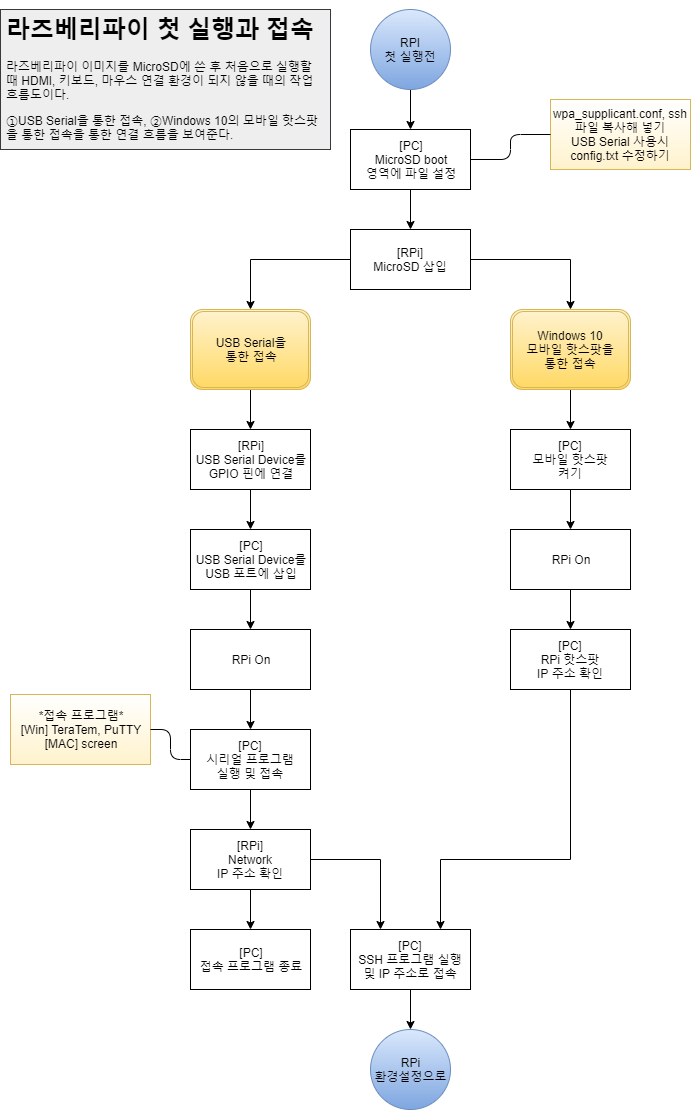
Blueumi/LabRpiLed keeps this draw.io diagram as images/(flow)rpi1stconn.png. Above is the earlier version. Source tidied: cells renumbered, new cells last; positions are measured from the earlier drawing's top-left corner, leaving out a move shared by most shapes. Source of this version:
```xml
<mxGraphModel>
  <root>
    <mxCell id="0" />
    <mxCell id="1" parent="0" />
    <mxCell id="2" style="edgeStyle=orthogonalEdgeStyle;rounded=0;jettySize=auto;html=1;endArrow=classic;endFill=1;" parent="1" edge="1" source="3" target="12">
      <mxGeometry relative="1" as="geometry" />
    </mxCell>
    <mxCell id="3" value="RPI&lt;br&gt;첫 실행전" style="ellipse;whiteSpace=wrap;html=1;gradientColor=#7ea6e0;fillColor=#dae8fc;strokeColor=#6c8ebf;" parent="1" vertex="1">
      <mxGeometry x="370" width="80" height="80" as="geometry" />
    </mxCell>
    <mxCell id="4" value="&lt;h1&gt;라즈베리파이 첫 실행과 접속&lt;/h1&gt;&lt;p&gt;라즈베리파이 이미지를 MicroSD에 쓴 후 처음으로 실행할 때 HDMI, 키보드, 마우스 연결 환경이 되지 않을 때의 작업 흐름도이다.&lt;/p&gt;&lt;p&gt;&lt;span&gt;①USB Serial을 통한 접속, ②Windows 10의 모바일 핫스팟을 통한 접속을 통한 연결 흐름을 보여준다.&lt;/span&gt;&lt;/p&gt;" style="text;html=1;strokeColor=#36393d;fillColor=#eeeeee;spacing=5;spacingTop=-20;whiteSpace=wrap;overflow=hidden;rounded=0;fontStyle=0;" parent="1" vertex="1">
      <mxGeometry width="330" height="140" as="geometry" />
    </mxCell>
    <mxCell id="5" value="wpa_supplicant.conf, ssh 파일 복사해 넣기&lt;br&gt;USB Serial 사용시 config.txt 수정하기" style="text;html=1;strokeColor=#d6b656;fillColor=#fff2cc;align=center;verticalAlign=middle;whiteSpace=wrap;rounded=0;gradientColor=#ffffff;gradientDirection=north;" parent="1" vertex="1">
      <mxGeometry x="550" y="90" width="140" height="70" as="geometry" />
    </mxCell>
    <mxCell id="6" style="edgeStyle=elbowEdgeStyle;elbow=horizontal;endArrow=none;html=1;exitX=1;exitY=0.5;exitDx=0;exitDy=0;entryX=0;entryY=0.5;entryDx=0;entryDy=0;endFill=0;" parent="1" edge="1" source="12" target="5">
      <mxGeometry relative="1" as="geometry" />
    </mxCell>
    <mxCell id="7" style="edgeStyle=orthogonalEdgeStyle;rounded=0;jettySize=auto;html=1;endArrow=classic;endFill=1;" parent="1" edge="1" source="8" target="17">
      <mxGeometry relative="1" as="geometry" />
    </mxCell>
    <mxCell id="8" value="USB Serial을&lt;br&gt;통한 접속" style="shape=ext;double=1;rounded=1;whiteSpace=wrap;html=1;gradientColor=#ffd966;fillColor=#fff2cc;strokeColor=#d6b656;" parent="1" vertex="1">
      <mxGeometry x="190" y="300" width="120" height="80" as="geometry" />
    </mxCell>
    <mxCell id="9" style="edgeStyle=orthogonalEdgeStyle;rounded=0;jettySize=auto;html=1;endArrow=classic;endFill=1;" parent="1" edge="1" source="10" target="29">
      <mxGeometry relative="1" as="geometry" />
    </mxCell>
    <mxCell id="10" value="Windows 10&lt;br&gt;모바일 핫스팟을&lt;br&gt;통한 접속" style="shape=ext;double=1;rounded=1;whiteSpace=wrap;html=1;gradientColor=#ffd966;fillColor=#fff2cc;strokeColor=#d6b656;" parent="1" vertex="1">
      <mxGeometry x="510" y="300" width="120" height="80" as="geometry" />
    </mxCell>
    <mxCell id="11" style="edgeStyle=orthogonalEdgeStyle;rounded=0;jettySize=auto;html=1;endArrow=classic;endFill=1;" parent="1" edge="1" source="12" target="15">
      <mxGeometry relative="1" as="geometry" />
    </mxCell>
    <mxCell id="12" value="&lt;span style=&quot;white-space: normal&quot;&gt;[PC]&lt;/span&gt;&lt;br style=&quot;white-space: normal&quot;&gt;&lt;span style=&quot;white-space: normal&quot;&gt;MicroSD boot&lt;/span&gt;&lt;br style=&quot;white-space: normal&quot;&gt;&lt;span style=&quot;white-space: normal&quot;&gt;영역에 파일&amp;nbsp;&lt;/span&gt;&lt;span style=&quot;white-space: normal&quot;&gt;설정&lt;/span&gt;" style="rounded=0;whiteSpace=wrap;html=1;gradientColor=#ffffff;" parent="1" vertex="1">
      <mxGeometry x="350" y="120" width="120" height="60" as="geometry" />
    </mxCell>
    <mxCell id="13" style="edgeStyle=orthogonalEdgeStyle;rounded=0;jettySize=auto;html=1;endArrow=classic;endFill=1;entryX=0.5;entryY=0;entryDx=0;entryDy=0;" parent="1" edge="1" source="15" target="8">
      <mxGeometry relative="1" as="geometry" />
    </mxCell>
    <mxCell id="14" style="edgeStyle=orthogonalEdgeStyle;rounded=0;jettySize=auto;html=1;endArrow=classic;endFill=1;entryX=0.5;entryY=0;entryDx=0;entryDy=0;" parent="1" edge="1" source="15" target="10">
      <mxGeometry relative="1" as="geometry" />
    </mxCell>
    <mxCell id="15" value="&lt;span style=&quot;white-space: normal&quot;&gt;[RPi]&lt;/span&gt;&lt;br style=&quot;white-space: normal&quot;&gt;&lt;span style=&quot;white-space: normal&quot;&gt;MicroSD&amp;nbsp;&lt;/span&gt;&lt;span style=&quot;white-space: normal&quot;&gt;삽입&lt;/span&gt;" style="rounded=0;whiteSpace=wrap;html=1;gradientColor=#ffffff;" parent="1" vertex="1">
      <mxGeometry x="350" y="220" width="120" height="60" as="geometry" />
    </mxCell>
    <mxCell id="16" style="edgeStyle=orthogonalEdgeStyle;rounded=0;jettySize=auto;html=1;endArrow=classic;endFill=1;" parent="1" edge="1" source="17" target="19">
      <mxGeometry relative="1" as="geometry" />
    </mxCell>
    <mxCell id="17" value="[RPi]&lt;br&gt;USB Serial Device를&lt;br&gt;GPIO 핀에 연결" style="rounded=0;whiteSpace=wrap;html=1;gradientColor=#ffffff;" parent="1" vertex="1">
      <mxGeometry x="190" y="420" width="120" height="60" as="geometry" />
    </mxCell>
    <mxCell id="18" style="edgeStyle=orthogonalEdgeStyle;rounded=0;jettySize=auto;html=1;endArrow=classic;endFill=1;" parent="1" edge="1" source="19" target="21">
      <mxGeometry relative="1" as="geometry" />
    </mxCell>
    <mxCell id="19" value="[PC]&lt;br&gt;USB Serial Device를&lt;br&gt;USB 포트에 삽입" style="rounded=0;whiteSpace=wrap;html=1;gradientColor=#ffffff;" parent="1" vertex="1">
      <mxGeometry x="190" y="520" width="120" height="60" as="geometry" />
    </mxCell>
    <mxCell id="20" style="edgeStyle=orthogonalEdgeStyle;rounded=0;jettySize=auto;html=1;endArrow=classic;endFill=1;" parent="1" edge="1" source="21" target="23">
      <mxGeometry relative="1" as="geometry" />
    </mxCell>
    <mxCell id="21" value="RPi On" style="rounded=0;whiteSpace=wrap;html=1;gradientColor=#ffffff;" parent="1" vertex="1">
      <mxGeometry x="190" y="620" width="120" height="60" as="geometry" />
    </mxCell>
    <mxCell id="22" style="edgeStyle=orthogonalEdgeStyle;rounded=0;jettySize=auto;html=1;endArrow=classic;endFill=1;" parent="1" edge="1" source="23" target="26">
      <mxGeometry relative="1" as="geometry" />
    </mxCell>
    <mxCell id="23" value="[PC]&lt;br&gt;시리얼 프로그램&lt;br&gt;실행 및 접속" style="rounded=0;whiteSpace=wrap;html=1;gradientColor=#ffffff;" parent="1" vertex="1">
      <mxGeometry x="190" y="720" width="120" height="60" as="geometry" />
    </mxCell>
    <mxCell id="24" style="edgeStyle=orthogonalEdgeStyle;rounded=0;jettySize=auto;html=1;endArrow=classic;endFill=1;entryX=0.25;entryY=0;entryDx=0;entryDy=0;" parent="1" edge="1" source="26" target="32">
      <mxGeometry relative="1" as="geometry" />
    </mxCell>
    <mxCell id="25" style="edgeStyle=orthogonalEdgeStyle;rounded=0;jettySize=auto;html=1;endArrow=classic;endFill=1;" parent="1" edge="1" source="26" target="27">
      <mxGeometry relative="1" as="geometry" />
    </mxCell>
    <mxCell id="26" value="[RPi]&lt;br&gt;Network&lt;br&gt;IP 주소 확인" style="rounded=0;whiteSpace=wrap;html=1;gradientColor=#ffffff;" parent="1" vertex="1">
      <mxGeometry x="190" y="820" width="120" height="60" as="geometry" />
    </mxCell>
    <mxCell id="27" value="[PC]&lt;br&gt;접속 프로그램 종료" style="rounded=0;whiteSpace=wrap;html=1;gradientColor=#ffffff;" parent="1" vertex="1">
      <mxGeometry x="190" y="920" width="120" height="60" as="geometry" />
    </mxCell>
    <mxCell id="28" style="edgeStyle=orthogonalEdgeStyle;rounded=0;jettySize=auto;html=1;endArrow=classic;endFill=1;" parent="1" edge="1" source="29" target="35">
      <mxGeometry relative="1" as="geometry" />
    </mxCell>
    <mxCell id="29" value="[PC]&lt;br&gt;모바일 핫스팟&lt;br&gt;켜기" style="rounded=0;whiteSpace=wrap;html=1;gradientColor=#ffffff;" parent="1" vertex="1">
      <mxGeometry x="510" y="420" width="120" height="60" as="geometry" />
    </mxCell>
    <mxCell id="30" value="*접속 프로그램*&lt;br&gt;[Win] TeraTem, PuTTY&lt;br&gt;[MAC] screen" style="text;html=1;strokeColor=#d6b656;fillColor=#fff2cc;align=center;verticalAlign=middle;whiteSpace=wrap;rounded=0;gradientColor=#ffffff;gradientDirection=north;" parent="1" vertex="1">
      <mxGeometry x="10" y="685" width="140" height="70" as="geometry" />
    </mxCell>
    <mxCell id="31" style="edgeStyle=orthogonalEdgeStyle;rounded=0;jettySize=auto;html=1;endArrow=classic;endFill=1;" parent="1" edge="1" source="32" target="33">
      <mxGeometry relative="1" as="geometry" />
    </mxCell>
    <mxCell id="32" value="[PC]&lt;br&gt;SSH 프로그램&amp;nbsp;실행 및 IP 주소로&amp;nbsp;접속" style="rounded=0;whiteSpace=wrap;html=1;gradientColor=#ffffff;" parent="1" vertex="1">
      <mxGeometry x="350" y="920" width="120" height="60" as="geometry" />
    </mxCell>
    <mxCell id="33" value="RPi&lt;br&gt;환경설정으로" style="ellipse;whiteSpace=wrap;html=1;gradientColor=#7ea6e0;fillColor=#dae8fc;strokeColor=#6c8ebf;" parent="1" vertex="1">
      <mxGeometry x="370" y="1020" width="80" height="80" as="geometry" />
    </mxCell>
    <mxCell id="34" style="edgeStyle=orthogonalEdgeStyle;rounded=0;jettySize=auto;html=1;endArrow=classic;endFill=1;" parent="1" edge="1" source="35" target="37">
      <mxGeometry relative="1" as="geometry" />
    </mxCell>
    <mxCell id="35" value="RPi On" style="rounded=0;whiteSpace=wrap;html=1;gradientColor=#ffffff;" parent="1" vertex="1">
      <mxGeometry x="510" y="520" width="120" height="60" as="geometry" />
    </mxCell>
    <mxCell id="36" style="edgeStyle=orthogonalEdgeStyle;rounded=0;jettySize=auto;html=1;endArrow=classic;endFill=1;exitX=0.5;exitY=1;exitDx=0;exitDy=0;" parent="1" edge="1" source="37">
      <mxGeometry relative="1" as="geometry">
        <mxPoint x="440" y="920" as="targetPoint" />
        <Array as="points">
          <mxPoint x="570" y="850" />
          <mxPoint x="440" y="850" />
        </Array>
      </mxGeometry>
    </mxCell>
    <mxCell id="37" value="[PC]&lt;br&gt;RPi 핫스팟&lt;br&gt;IP 주소 확인" style="rounded=0;whiteSpace=wrap;html=1;gradientColor=#ffffff;" parent="1" vertex="1">
      <mxGeometry x="510" y="620" width="120" height="60" as="geometry" />
    </mxCell>
    <mxCell id="38" style="edgeStyle=elbowEdgeStyle;elbow=horizontal;endArrow=none;html=1;exitX=1;exitY=0.5;exitDx=0;exitDy=0;entryX=0;entryY=0.5;entryDx=0;entryDy=0;endFill=0;" parent="1" edge="1" source="30" target="23">
      <mxGeometry relative="1" as="geometry" />
    </mxCell>
  </root>
</mxGraphModel>
```
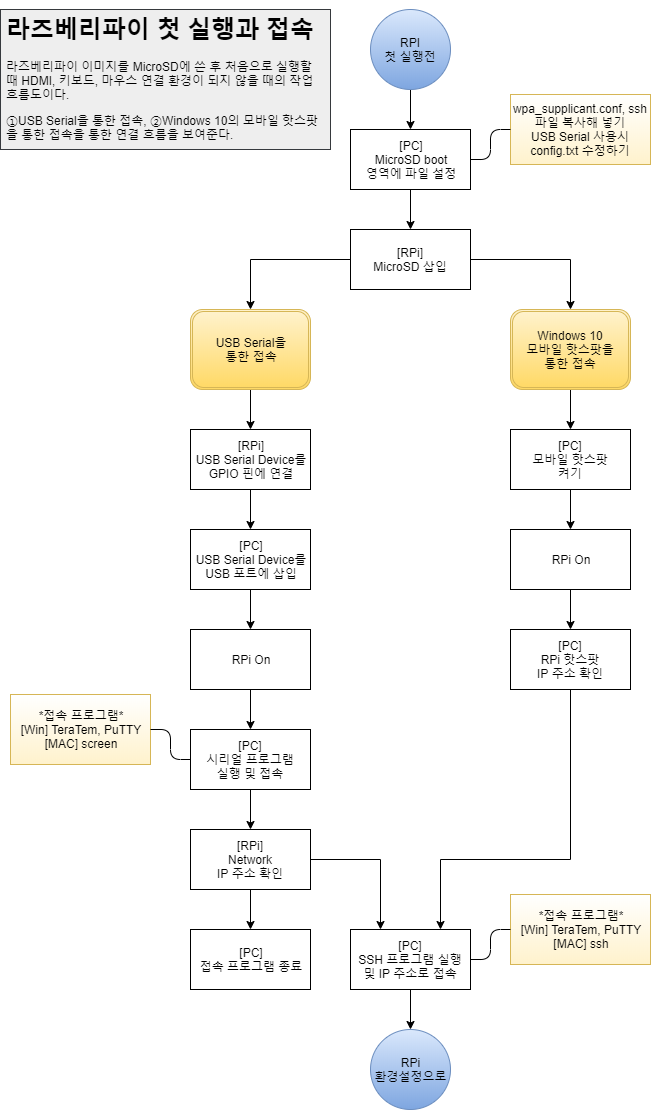
Later version of the same file.

What changed in the source:
```diff
@@ -12,7 +12,7 @@
       <mxGeometry width="330" height="140" as="geometry" />
     </mxCell>
     <mxCell id="5" value="wpa_supplicant.conf, ssh 파일 복사해 넣기&lt;br&gt;USB Serial 사용시 config.txt 수정하기" style="text;html=1;strokeColor=#d6b656;fillColor=#fff2cc;align=center;verticalAlign=middle;whiteSpace=wrap;rounded=0;gradientColor=#ffffff;gradientDirection=north;" parent="1" vertex="1">
-      <mxGeometry x="550" y="90" width="140" height="70" as="geometry" />
+      <mxGeometry x="510" y="85" width="140" height="70" as="geometry" />
     </mxCell>
     <mxCell id="6" style="edgeStyle=elbowEdgeStyle;elbow=horizontal;endArrow=none;html=1;exitX=1;exitY=0.5;exitDx=0;exitDy=0;entryX=0;entryY=0.5;entryDx=0;entryDy=0;endFill=0;" parent="1" edge="1" source="12" target="5">
       <mxGeometry relative="1" as="geometry" />
@@ -119,5 +119,11 @@
     <mxCell id="38" style="edgeStyle=elbowEdgeStyle;elbow=horizontal;endArrow=none;html=1;exitX=1;exitY=0.5;exitDx=0;exitDy=0;entryX=0;entryY=0.5;entryDx=0;entryDy=0;endFill=0;" parent="1" edge="1" source="30" target="23">
       <mxGeometry relative="1" as="geometry" />
     </mxCell>
+    <mxCell id="39" value="*접속 프로그램*&lt;br&gt;[Win] TeraTem, PuTTY&lt;br&gt;[MAC] ssh" style="text;html=1;strokeColor=#d6b656;fillColor=#fff2cc;align=center;verticalAlign=middle;whiteSpace=wrap;rounded=0;gradientColor=#ffffff;gradientDirection=north;" parent="1" vertex="1">
+      <mxGeometry x="510" y="885" width="140" height="70" as="geometry" />
+    </mxCell>
+    <mxCell id="40" style="edgeStyle=elbowEdgeStyle;elbow=horizontal;endArrow=none;html=1;exitX=1;exitY=0.5;exitDx=0;exitDy=0;entryX=0;entryY=0.5;entryDx=0;entryDy=0;endFill=0;" parent="1" edge="1" source="32" target="39">
+      <mxGeometry relative="1" as="geometry" />
+    </mxCell>
   </root>
 </mxGraphModel>
```
